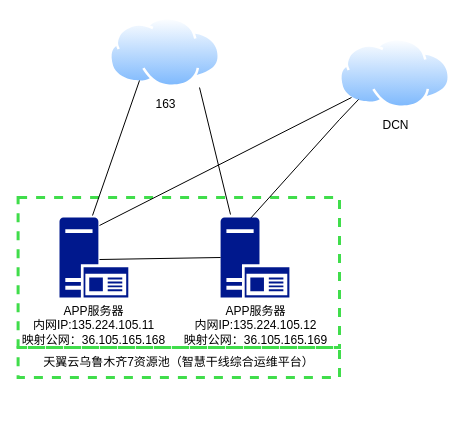
Above: 智慧干线综合运维平台网络拓扑.drawio in lvpv/atlas (draw.io), before the change. Source tidied: cells renumbered, new cells numbered last; positions are measured from the earlier drawing's top-left corner, leaving out a move shared by most shapes. Both pictures are drawn from the tidied source at 100%, with x=0, y=0 at pixel (18, 17).
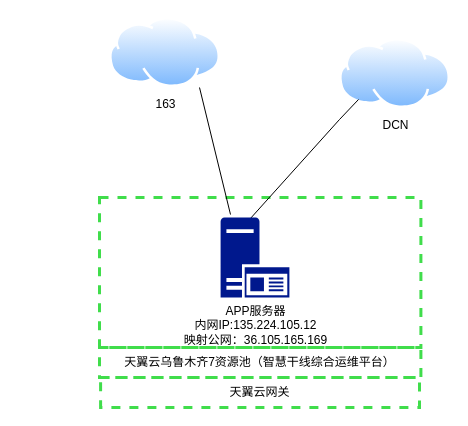
After the change.

Commit message:
更新智慧干线综合运维平台网络拓扑.drawio

Diff of the diagram source:
```diff
@@
 <mxGraphModel>
   <root>
     <mxCell id="0" />
     <mxCell id="1" parent="0" />
     <mxCell id="2" style="rounded=0;whiteSpace=wrap;html=1;dashed=1;fillColor=none;strokeColor=light-dark(#40dd4b, #ededed);strokeWidth=3;" parent="1" vertex="1">
-      <mxGeometry x="-0.4" y="180" width="321.4" height="150" as="geometry" />
+      <mxGeometry x="81" y="180" width="321.4" height="150" as="geometry" />
     </mxCell>
     <mxCell id="3" value="163" style="image;perimeter=ellipsePerimeter;html=1;align=center;shadow=0;dashed=0;spacingTop=3;image=img/lib/active_directory/internet_cloud.svg;" parent="1" vertex="1">
       <mxGeometry x="91" width="111.1" height="70" as="geometry" />
     </mxCell>
-    <mxCell id="4" style="endArrow=none;html=1;rounded=0;exitX=0.334;exitY=-0.025;exitDx=0;exitDy=0;exitPerimeter=0;" parent="1" edge="1">
-      <mxGeometry relative="1" as="geometry">
-        <mxPoint x="74" y="198" as="sourcePoint" />
-        <mxPoint x="121" y="63" as="targetPoint" />
-      </mxGeometry>
-    </mxCell>
     <mxCell id="5" style="endArrow=none;html=1;rounded=0;exitX=0.144;exitY=-0.037;exitDx=0;exitDy=0;exitPerimeter=0;" parent="1" edge="1" source="10">
       <mxGeometry relative="1" as="geometry">
         <mxPoint x="181" y="70" as="targetPoint" />
       </mxGeometry>
     </mxCell>
     <mxCell id="6" value="DCN" style="image;perimeter=ellipsePerimeter;html=1;align=center;shadow=0;dashed=0;spacingTop=3;image=img/lib/active_directory/internet_cloud.svg;" parent="1" vertex="1">
       <mxGeometry x="321" y="21" width="111.1" height="70" as="geometry" />
     </mxCell>
     <mxCell id="7" value="天翼云乌鲁木齐7资源池（智慧干线综合运维平台）" style="rounded=0;whiteSpace=wrap;html=1;dashed=1;fillColor=none;strokeColor=light-dark(#40dd4b, #ededed);strokeWidth=3;" parent="1" vertex="1">
-      <mxGeometry x="-0.4" y="330" width="321.4" height="30" as="geometry" />
+      <mxGeometry x="81" y="330" width="321.4" height="30" as="geometry" />
     </mxCell>
-    <mxCell id="8" style="endArrow=none;html=1;rounded=0;entryX=0.108;entryY=1.043;entryDx=0;entryDy=0;entryPerimeter=0;exitX=0.581;exitY=0.1;exitDx=0;exitDy=0;exitPerimeter=0;" parent="1" edge="1" source="11">
-      <mxGeometry relative="1" as="geometry">
-        <mxPoint x="333" y="80" as="targetPoint" />
-      </mxGeometry>
-    </mxCell>
     <mxCell id="9" style="endArrow=none;html=1;rounded=0;entryX=0.171;entryY=0.986;entryDx=0;entryDy=0;entryPerimeter=0;" parent="1" edge="1">
       <mxGeometry relative="1" as="geometry">
         <mxPoint x="231" y="202" as="sourcePoint" />
         <mxPoint x="340" y="82" as="targetPoint" />
         <Array as="points">
           <mxPoint x="321" y="102" />
         </Array>
       </mxGeometry>
     </mxCell>
     <mxCell id="10" value="APP服务器&lt;div&gt;内网IP:135.224.105.12&lt;/div&gt;&lt;div&gt;映射公网：36.105.165.169&lt;/div&gt;" style="sketch=0;shadow=0;dashed=0;html=1;strokeColor=none;labelPosition=center;verticalLabelPosition=bottom;verticalAlign=top;align=center;fillColor=#00188D;shape=mxgraph.mscae.enterprise.application_server2;" parent="1" vertex="1">
       <mxGeometry x="202.1" y="200" width="68.8" height="80" as="geometry" />
     </mxCell>
-    <mxCell id="11" value="APP服务器&lt;div&gt;内网IP:135.224.105.11&lt;/div&gt;&lt;div&gt;映射公网：36.105.165.168&lt;/div&gt;" style="sketch=0;shadow=0;dashed=0;html=1;strokeColor=none;labelPosition=center;verticalLabelPosition=bottom;verticalAlign=top;align=center;fillColor=#00188D;shape=mxgraph.mscae.enterprise.application_server2;" parent="1" vertex="1">
-      <mxGeometry x="41" y="200" width="68.8" height="80" as="geometry" />
-    </mxCell>
-    <mxCell id="12" style="endArrow=none;html=1;rounded=0;entryX=0;entryY=0.5;entryDx=0;entryDy=0;entryPerimeter=0;" parent="1" edge="1" target="10">
-      <mxGeometry relative="1" as="geometry">
-        <mxPoint x="81" y="242" as="sourcePoint" />
-      </mxGeometry>
-    </mxCell>
+    <mxCell id="13" value="天翼云网关" style="whiteSpace=wrap;html=1;fillColor=none;strokeColor=light-dark(#40dd4b, #ededed);rounded=0;dashed=1;strokeWidth=3;" parent="1" vertex="1">
+      <mxGeometry x="82.1" y="360" width="318.9" height="30" as="geometry" />
+    </mxCell>
   </root>
 </mxGraphModel>
```
